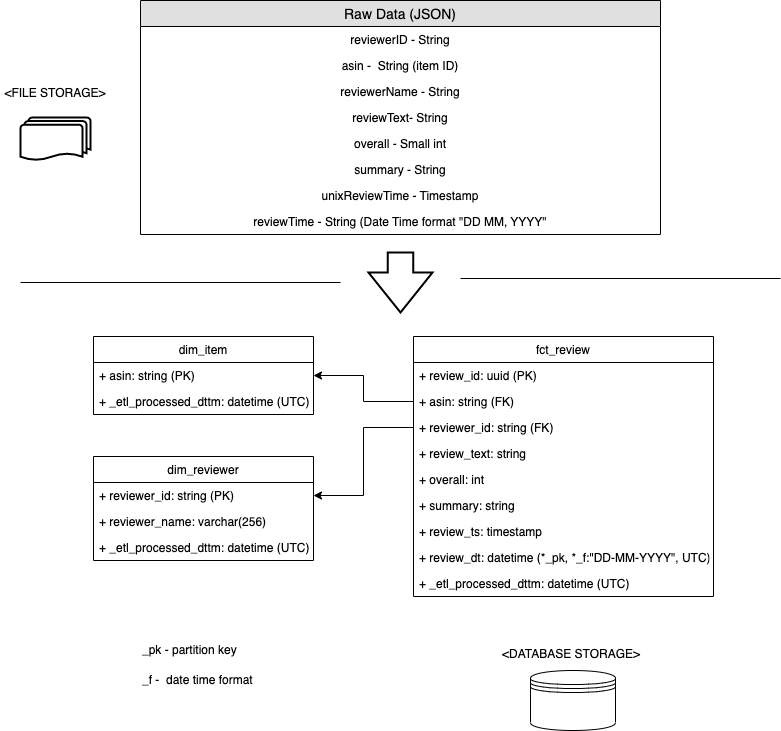
The draw.io diagram Clothing_shoes_jewelry.drawio.png in Draqneel/bestseller, before a commit. Source tidied: cells renumbered, new cells last; positions are measured from the earlier drawing's top-left corner, leaving out a move shared by most shapes.
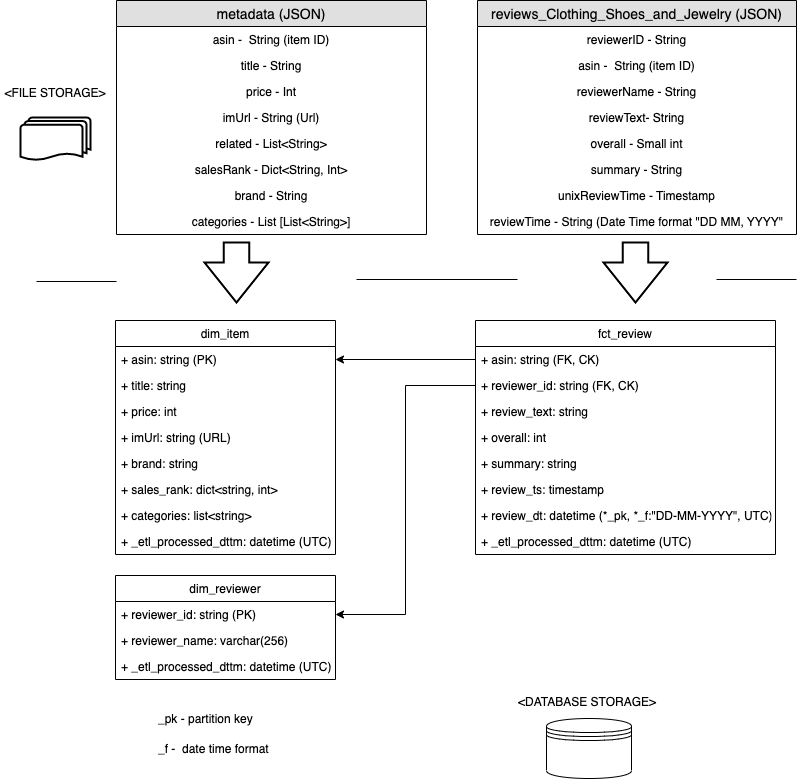
Later version of the same file.

Diff of the diagram source:
```diff
@@ -2,38 +2,38 @@
   <root>
     <mxCell id="0" />
     <mxCell id="1" parent="0" />
-    <mxCell id="2" value="Raw Data (JSON)" style="swimlane;fontStyle=0;horizontal=1;startSize=26;fillColor=#e0e0e0;swimlaneFillColor=#ffffff;align=center;fontSize=14;" parent="1" vertex="1">
-      <mxGeometry x="140" width="520" height="234" as="geometry" />
+    <mxCell id="2" value="reviews_Clothing_Shoes_and_Jewelry (JSON)" style="swimlane;fontStyle=0;horizontal=1;startSize=26;fillColor=#e0e0e0;swimlaneFillColor=#ffffff;align=center;fontSize=14;" parent="1" vertex="1">
+      <mxGeometry x="461" width="319" height="234" as="geometry" />
     </mxCell>
     <mxCell id="3" value="reviewerID - String" style="text;strokeColor=none;fillColor=none;spacingLeft=4;spacingRight=4;overflow=hidden;fontSize=12;align=center;" parent="2" vertex="1">
-      <mxGeometry y="26" width="520" height="26" as="geometry" />
+      <mxGeometry y="26" width="319" height="26" as="geometry" />
     </mxCell>
     <mxCell id="4" value="asin -  String (item ID)" style="text;strokeColor=none;fillColor=none;spacingLeft=4;spacingRight=4;overflow=hidden;fontSize=12;align=center;" parent="2" vertex="1">
-      <mxGeometry y="52" width="520" height="26" as="geometry" />
+      <mxGeometry y="52" width="319" height="26" as="geometry" />
     </mxCell>
     <mxCell id="5" value="reviewerName - String&#10;" style="text;strokeColor=none;fillColor=none;spacingLeft=4;spacingRight=4;overflow=hidden;fontSize=12;align=center;" parent="2" vertex="1">
-      <mxGeometry y="78" width="520" height="26" as="geometry" />
+      <mxGeometry y="78" width="319" height="26" as="geometry" />
     </mxCell>
     <mxCell id="6" value="reviewText- String" style="text;strokeColor=none;fillColor=none;spacingLeft=4;spacingRight=4;overflow=hidden;points=[[0,0.5],[1,0.5]];portConstraint=eastwest;fontSize=12;align=center;" parent="2" vertex="1">
-      <mxGeometry y="104" width="520" height="26" as="geometry" />
+      <mxGeometry y="104" width="319" height="26" as="geometry" />
     </mxCell>
     <mxCell id="7" value="overall - Small int" style="text;strokeColor=none;fillColor=none;spacingLeft=4;spacingRight=4;overflow=hidden;fontSize=12;align=center;" parent="2" vertex="1">
-      <mxGeometry y="130" width="520" height="26" as="geometry" />
+      <mxGeometry y="130" width="319" height="26" as="geometry" />
     </mxCell>
     <mxCell id="8" value="summary - String" style="text;strokeColor=none;fillColor=none;spacingLeft=4;spacingRight=4;overflow=hidden;fontSize=12;align=center;" parent="2" vertex="1">
-      <mxGeometry y="156" width="520" height="26" as="geometry" />
+      <mxGeometry y="156" width="319" height="26" as="geometry" />
     </mxCell>
     <mxCell id="9" value="unixReviewTime - Timestamp" style="text;strokeColor=none;fillColor=none;spacingLeft=4;spacingRight=4;overflow=hidden;fontSize=12;align=center;" parent="2" vertex="1">
-      <mxGeometry y="182" width="520" height="26" as="geometry" />
+      <mxGeometry y="182" width="319" height="26" as="geometry" />
     </mxCell>
     <mxCell id="10" value="reviewTime - String (Date Time format &quot;DD MM, YYYY&quot;" style="text;strokeColor=none;fillColor=none;spacingLeft=4;spacingRight=4;overflow=hidden;fontSize=12;align=center;" parent="2" vertex="1">
-      <mxGeometry y="208" width="520" height="26" as="geometry" />
+      <mxGeometry y="208" width="319" height="26" as="geometry" />
     </mxCell>
     <mxCell id="11" style="edgeStyle=orthogonalEdgeStyle;rounded=0;orthogonalLoop=1;jettySize=auto;html=1;exitX=1;exitY=0.5;exitDx=0;exitDy=0;" parent="2" edge="1" source="6" target="6">
       <mxGeometry relative="1" as="geometry" />
     </mxCell>
     <mxCell id="12" value="dim_reviewer" style="swimlane;fontStyle=0;horizontal=1;startSize=26;fillColor=none;align=center;" parent="1" vertex="1">
-      <mxGeometry x="93" y="456" width="220" height="104" as="geometry" />
+      <mxGeometry x="99" y="575" width="220" height="104" as="geometry" />
     </mxCell>
     <mxCell id="13" value="+ reviewer_id: string (PK)" style="text;strokeColor=none;fillColor=none;align=left;verticalAlign=top;spacingLeft=4;spacingRight=4;overflow=hidden;points=[[0,0.5],[1,0.5]];portConstraint=eastwest;" parent="12" vertex="1">
       <mxGeometry y="26" width="220" height="26" as="geometry" />
@@ -45,43 +45,58 @@
       <mxGeometry y="78" width="220" height="26" as="geometry" />
     </mxCell>
     <mxCell id="16" value="dim_item" style="swimlane;fontStyle=0;horizontal=1;startSize=26;fillColor=none;align=center;" parent="1" vertex="1">
-      <mxGeometry x="93" y="336" width="220" height="78" as="geometry" />
+      <mxGeometry x="99" y="320" width="220" height="234" as="geometry" />
     </mxCell>
     <mxCell id="17" value="+ asin: string (PK)" style="text;strokeColor=none;fillColor=none;align=left;verticalAlign=top;spacingLeft=4;spacingRight=4;overflow=hidden;points=[[0,0.5],[1,0.5]];portConstraint=eastwest;" parent="16" vertex="1">
       <mxGeometry y="26" width="220" height="26" as="geometry" />
     </mxCell>
+    <mxCell id="40" value="+ title: string" style="text;strokeColor=none;fillColor=none;align=left;verticalAlign=top;spacingLeft=4;spacingRight=4;overflow=hidden;" parent="16" vertex="1">
+      <mxGeometry y="52" width="220" height="26" as="geometry" />
+    </mxCell>
+    <mxCell id="41" value="+ price: int" style="text;strokeColor=none;fillColor=none;align=left;verticalAlign=top;spacingLeft=4;spacingRight=4;overflow=hidden;" parent="16" vertex="1">
+      <mxGeometry y="78" width="220" height="26" as="geometry" />
+    </mxCell>
+    <mxCell id="42" value="+ imUrl: string (URL)" style="text;strokeColor=none;fillColor=none;align=left;verticalAlign=top;spacingLeft=4;spacingRight=4;overflow=hidden;" parent="16" vertex="1">
+      <mxGeometry y="104" width="220" height="26" as="geometry" />
+    </mxCell>
+    <mxCell id="43" value="+ brand: string" style="text;strokeColor=none;fillColor=none;align=left;verticalAlign=top;spacingLeft=4;spacingRight=4;overflow=hidden;" parent="16" vertex="1">
+      <mxGeometry y="130" width="220" height="26" as="geometry" />
+    </mxCell>
+    <mxCell id="44" value="+ sales_rank: dict&lt;string, int&gt;" style="text;strokeColor=none;fillColor=none;align=left;verticalAlign=top;spacingLeft=4;spacingRight=4;overflow=hidden;" parent="16" vertex="1">
+      <mxGeometry y="156" width="220" height="26" as="geometry" />
+    </mxCell>
+    <mxCell id="45" value="+ categories: list&lt;string&gt;" style="text;strokeColor=none;fillColor=none;align=left;verticalAlign=top;spacingLeft=4;spacingRight=4;overflow=hidden;" parent="16" vertex="1">
+      <mxGeometry y="182" width="220" height="26" as="geometry" />
+    </mxCell>
     <mxCell id="18" value="+ _etl_processed_dttm: datetime (UTC)" style="text;strokeColor=none;fillColor=none;align=left;verticalAlign=top;spacingLeft=4;spacingRight=4;overflow=hidden;" parent="16" vertex="1">
-      <mxGeometry y="52" width="220" height="26" as="geometry" />
+      <mxGeometry y="208" width="220" height="26" as="geometry" />
     </mxCell>
     <mxCell id="19" value="fct_review" style="swimlane;fontStyle=0;horizontal=1;startSize=26;fillColor=none;align=center;" parent="1" vertex="1">
-      <mxGeometry x="413" y="336" width="300" height="260" as="geometry" />
+      <mxGeometry x="459" y="320" width="300" height="234" as="geometry" />
     </mxCell>
-    <mxCell id="20" value="+ review_id: uuid (PK)" style="text;strokeColor=none;fillColor=none;align=left;verticalAlign=top;spacingLeft=4;spacingRight=4;overflow=hidden;" parent="19" vertex="1">
-      <mxGeometry y="26" width="300" height="26" as="geometry" />
-    </mxCell>
-    <mxCell id="21" value="+ asin: string (FK)" style="text;strokeColor=none;fillColor=none;align=left;verticalAlign=top;spacingLeft=4;spacingRight=4;overflow=hidden;points=[[0,0.5],[1,0.5]];portConstraint=eastwest;" parent="19" vertex="1">
-      <mxGeometry y="52" width="300" height="26" as="geometry" />
+    <mxCell id="21" value="+ asin: string (FK, CK)" style="text;strokeColor=none;fillColor=none;align=left;verticalAlign=top;spacingLeft=4;spacingRight=4;overflow=hidden;points=[[0,0.5],[1,0.5]];portConstraint=eastwest;" parent="19" vertex="1">
+      <mxGeometry y="26" width="300" height="26" as="geometry" />
     </mxCell>
-    <mxCell id="22" value="+ reviewer_id: string (FK)" style="text;strokeColor=none;fillColor=none;align=left;verticalAlign=top;spacingLeft=4;spacingRight=4;overflow=hidden;points=[[0,0.5],[1,0.5]];portConstraint=eastwest;" parent="19" vertex="1">
-      <mxGeometry y="78" width="300" height="26" as="geometry" />
+    <mxCell id="22" value="+ reviewer_id: string (FK, CK)" style="text;strokeColor=none;fillColor=none;align=left;verticalAlign=top;spacingLeft=4;spacingRight=4;overflow=hidden;points=[[0,0.5],[1,0.5]];portConstraint=eastwest;" parent="19" vertex="1">
+      <mxGeometry y="52" width="300" height="26" as="geometry" />
     </mxCell>
     <mxCell id="23" value="+ review_text: string " style="text;strokeColor=none;fillColor=none;align=left;verticalAlign=top;spacingLeft=4;spacingRight=4;overflow=hidden;" parent="19" vertex="1">
-      <mxGeometry y="104" width="300" height="26" as="geometry" />
+      <mxGeometry y="78" width="300" height="26" as="geometry" />
     </mxCell>
     <mxCell id="24" value="+ overall: int" style="text;strokeColor=none;fillColor=none;align=left;verticalAlign=top;spacingLeft=4;spacingRight=4;overflow=hidden;" parent="19" vertex="1">
-      <mxGeometry y="130" width="300" height="26" as="geometry" />
+      <mxGeometry y="104" width="300" height="26" as="geometry" />
     </mxCell>
     <mxCell id="25" value="+ summary: string " style="text;strokeColor=none;fillColor=none;align=left;verticalAlign=top;spacingLeft=4;spacingRight=4;overflow=hidden;" parent="19" vertex="1">
-      <mxGeometry y="156" width="300" height="26" as="geometry" />
+      <mxGeometry y="130" width="300" height="26" as="geometry" />
     </mxCell>
     <mxCell id="26" value="+ review_ts: timestamp" style="text;strokeColor=none;fillColor=none;align=left;verticalAlign=top;spacingLeft=4;spacingRight=4;overflow=hidden;" parent="19" vertex="1">
-      <mxGeometry y="182" width="300" height="26" as="geometry" />
+      <mxGeometry y="156" width="300" height="26" as="geometry" />
     </mxCell>
     <mxCell id="27" value="+ review_dt: datetime (*_pk, *_f:&quot;DD-MM-YYYY&quot;, UTC)" style="text;strokeColor=none;fillColor=none;align=left;verticalAlign=top;spacingLeft=4;spacingRight=4;overflow=hidden;" parent="19" vertex="1">
-      <mxGeometry y="208" width="300" height="26" as="geometry" />
+      <mxGeometry y="182" width="300" height="26" as="geometry" />
     </mxCell>
     <mxCell id="28" value="+ _etl_processed_dttm: datetime (UTC)" style="text;strokeColor=none;fillColor=none;align=left;verticalAlign=top;spacingLeft=4;spacingRight=4;overflow=hidden;" parent="19" vertex="1">
-      <mxGeometry y="234" width="300" height="26" as="geometry" />
+      <mxGeometry y="208" width="300" height="26" as="geometry" />
     </mxCell>
     <mxCell id="29" style="edgeStyle=orthogonalEdgeStyle;rounded=0;jettySize=auto;html=1;entryX=1;entryY=0.5;entryDx=0;entryDy=0;exitX=0;exitY=0.5;exitDx=0;exitDy=0;" parent="1" edge="1" source="21" target="17">
       <mxGeometry relative="1" as="geometry" />
@@ -90,31 +105,67 @@
       <mxGeometry relative="1" as="geometry" />
     </mxCell>
     <mxCell id="31" value="_pk - partition key" style="text;html=1;strokeColor=none;fillColor=none;align=left;verticalAlign=middle;whiteSpace=wrap;rounded=0;" parent="1" vertex="1">
-      <mxGeometry x="140" y="640" width="120" height="20" as="geometry" />
+      <mxGeometry x="140" y="709" width="120" height="20" as="geometry" />
     </mxCell>
     <mxCell id="32" value="_f -&amp;nbsp; date time format" style="text;html=1;strokeColor=none;fillColor=none;align=left;verticalAlign=middle;whiteSpace=wrap;rounded=0;" parent="1" vertex="1">
-      <mxGeometry x="140" y="670" width="120" height="20" as="geometry" />
+      <mxGeometry x="140" y="739" width="120" height="20" as="geometry" />
     </mxCell>
     <mxCell id="33" style="verticalLabelPosition=bottom;verticalAlign=top;html=1;strokeWidth=2;shape=mxgraph.arrows2.arrow;dy=0.6;dx=40;notch=0;align=left;rotation=90;" parent="1" vertex="1">
-      <mxGeometry x="370" y="250" width="60" height="64" as="geometry" />
+      <mxGeometry x="190" y="240" width="60" height="64" as="geometry" />
     </mxCell>
     <mxCell id="34" style="line;strokeWidth=1;fillColor=none;align=left;verticalAlign=middle;spacingTop=-1;spacingLeft=3;spacingRight=3;labelPosition=right;fontSize=12;" parent="1" vertex="1">
-      <mxGeometry x="20" y="278" width="320" height="8" as="geometry" />
+      <mxGeometry x="20" y="277" width="80" height="8" as="geometry" />
     </mxCell>
     <mxCell id="35" style="line;strokeWidth=1;fillColor=none;align=left;verticalAlign=middle;spacingTop=-1;spacingLeft=3;spacingRight=3;labelPosition=right;fontSize=12;" parent="1" vertex="1">
-      <mxGeometry x="460" y="274" width="320" height="8" as="geometry" />
+      <mxGeometry x="700" y="275" width="80" height="8" as="geometry" />
     </mxCell>
     <mxCell id="36" value="&amp;lt;FILE STORAGE&amp;gt;" style="text;html=1;strokeColor=none;fillColor=none;align=center;verticalAlign=middle;whiteSpace=wrap;rounded=0;" parent="1" vertex="1">
-      <mxGeometry y="68" width="110" height="49" as="geometry" />
+      <mxGeometry x="-16" y="68" width="110" height="49" as="geometry" />
     </mxCell>
     <mxCell id="37" value="&amp;lt;DATABASE STORAGE&amp;gt;" style="text;html=1;" parent="1" vertex="1">
-      <mxGeometry x="500" y="640" width="150" height="30" as="geometry" />
+      <mxGeometry x="500" y="688" width="150" height="30" as="geometry" />
     </mxCell>
     <mxCell id="38" style="strokeWidth=2;html=1;shape=mxgraph.flowchart.multi-document;whiteSpace=wrap;align=left;" parent="1" vertex="1">
-      <mxGeometry x="20" y="117" width="70" height="43" as="geometry" />
+      <mxGeometry x="4" y="117" width="70" height="43" as="geometry" />
     </mxCell>
     <mxCell id="39" style="shape=datastore;whiteSpace=wrap;html=1;align=left;" parent="1" vertex="1">
-      <mxGeometry x="530" y="670" width="85" height="60" as="geometry" />
+      <mxGeometry x="530" y="718" width="85" height="60" as="geometry" />
     </mxCell>
+    <mxCell id="46" value="metadata (JSON)" style="swimlane;fontStyle=0;horizontal=1;startSize=26;fillColor=#e0e0e0;swimlaneFillColor=#ffffff;align=center;fontSize=14;" parent="1" vertex="1">
+      <mxGeometry x="100" width="310" height="234" as="geometry" />
+    </mxCell>
+    <mxCell id="47" value="asin -  String (item ID)" style="text;strokeColor=none;fillColor=none;spacingLeft=4;spacingRight=4;overflow=hidden;fontSize=12;align=center;" parent="46" vertex="1">
+      <mxGeometry y="26" width="310" height="26" as="geometry" />
+    </mxCell>
+    <mxCell id="48" value="title - String&#10;" style="text;strokeColor=none;fillColor=none;spacingLeft=4;spacingRight=4;overflow=hidden;fontSize=12;align=center;" parent="46" vertex="1">
+      <mxGeometry y="52" width="310" height="26" as="geometry" />
+    </mxCell>
+    <mxCell id="49" value="price - Int" style="text;strokeColor=none;fillColor=none;spacingLeft=4;spacingRight=4;overflow=hidden;points=[[0,0.5],[1,0.5]];portConstraint=eastwest;fontSize=12;align=center;" parent="46" vertex="1">
+      <mxGeometry y="78" width="310" height="26" as="geometry" />
+    </mxCell>
+    <mxCell id="50" value="imUrl - String (Url)" style="text;strokeColor=none;fillColor=none;spacingLeft=4;spacingRight=4;overflow=hidden;fontSize=12;align=center;" parent="46" vertex="1">
+      <mxGeometry y="104" width="310" height="26" as="geometry" />
+    </mxCell>
+    <mxCell id="51" value="related - List&lt;String&gt;" style="text;strokeColor=none;fillColor=none;spacingLeft=4;spacingRight=4;overflow=hidden;fontSize=12;align=center;" parent="46" vertex="1">
+      <mxGeometry y="130" width="310" height="26" as="geometry" />
+    </mxCell>
+    <mxCell id="52" value="salesRank - Dict&lt;String, Int&gt;" style="text;strokeColor=none;fillColor=none;spacingLeft=4;spacingRight=4;overflow=hidden;fontSize=12;align=center;" parent="46" vertex="1">
+      <mxGeometry y="156" width="310" height="26" as="geometry" />
+    </mxCell>
+    <mxCell id="53" style="edgeStyle=orthogonalEdgeStyle;rounded=0;orthogonalLoop=1;jettySize=auto;html=1;exitX=1;exitY=0.5;exitDx=0;exitDy=0;" parent="46" edge="1" source="49" target="49">
+      <mxGeometry relative="1" as="geometry" />
+    </mxCell>
+    <mxCell id="54" value="brand - String" style="text;strokeColor=none;fillColor=none;spacingLeft=4;spacingRight=4;overflow=hidden;fontSize=12;align=center;" parent="46" vertex="1">
+      <mxGeometry y="182" width="310" height="26" as="geometry" />
+    </mxCell>
+    <mxCell id="55" value="categories - List [List&lt;String&gt;]" style="text;strokeColor=none;fillColor=none;spacingLeft=4;spacingRight=4;overflow=hidden;fontSize=12;align=center;" parent="46" vertex="1">
+      <mxGeometry y="208" width="310" height="26" as="geometry" />
+    </mxCell>
+    <mxCell id="56" style="verticalLabelPosition=bottom;verticalAlign=top;html=1;strokeWidth=2;shape=mxgraph.arrows2.arrow;dy=0.6;dx=40;notch=0;align=left;rotation=90;" parent="1" vertex="1">
+      <mxGeometry x="589" y="240" width="60" height="64" as="geometry" />
+    </mxCell>
+    <mxCell id="57" style="line;strokeWidth=1;fillColor=none;align=left;verticalAlign=middle;spacingTop=-1;spacingLeft=3;spacingRight=3;labelPosition=right;fontSize=12;" parent="1" vertex="1">
+      <mxGeometry x="340" y="275" width="161" height="8" as="geometry" />
+    </mxCell>
   </root>
 </mxGraphModel>
```
